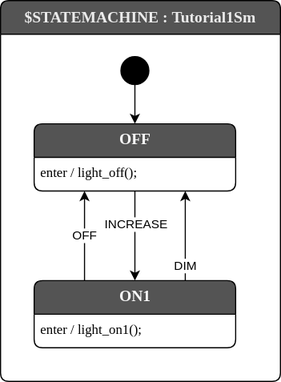
This is src/Tutorial1Sm.drawio.svg from StateSmith/example-drawio-1, a draw.io export, as it was before one commit. Source tidied: cells renumbered, new cells last; positions are measured from the earlier drawing's top-left corner, leaving out a move shared by most shapes.
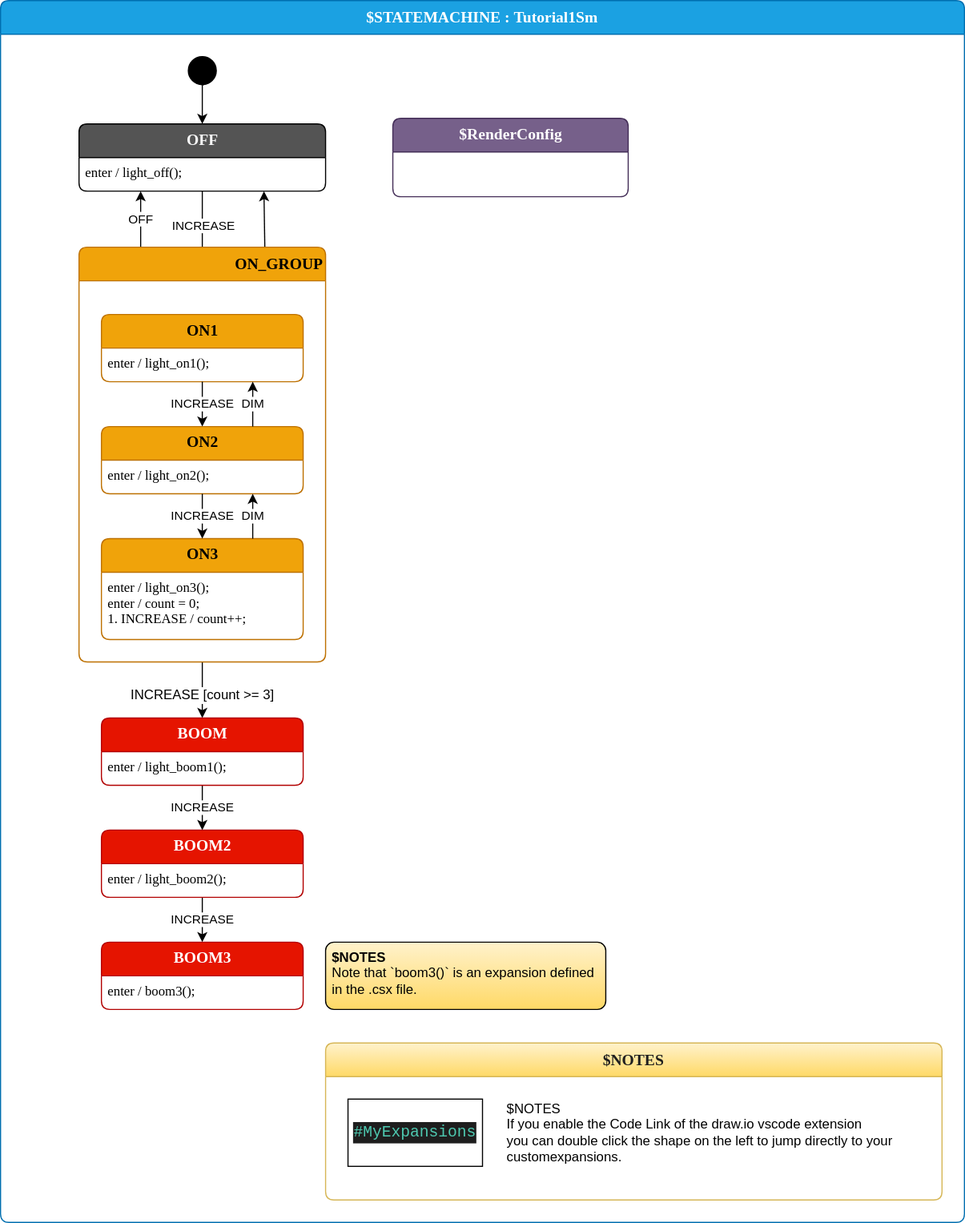
After the commit.

Diff of the diagram source:
```diff
@@ -2,8 +2,8 @@
   <root>
     <mxCell id="0" />
     <mxCell id="1" parent="0" />
-    <mxCell id="2" value="$STATEMACHINE : Tutorial1Sm" style="shape=swimlane;align=center;verticalAlign=top;fontFamily=Lucida Console;startSize=30;fontSize=14;fontStyle=1;swimlaneFillColor=default;rounded=1;arcSize=15;absoluteArcSize=1;fillColor=#545454;fontColor=#EBEBEB;" parent="1" vertex="1">
-      <mxGeometry width="250" height="340" as="geometry" />
+    <mxCell id="2" value="$STATEMACHINE : Tutorial1Sm" style="shape=swimlane;align=center;verticalAlign=top;fontFamily=Lucida Console;startSize=30;fontSize=14;fontStyle=1;swimlaneFillColor=default;rounded=1;arcSize=15;absoluteArcSize=1;fillColor=#1ba1e2;fontColor=#ffffff;strokeColor=#006EAF;" parent="1" vertex="1">
+      <mxGeometry width="860" height="1090" as="geometry" />
     </mxCell>
     <mxCell id="3" value=" " style="fontFamily=Lucida Console;align=left;verticalAlign=top;fillColor=none;gradientColor=none;strokeColor=none;rounded=0;spacingLeft=4;" parent="2" vertex="1">
       <mxGeometry y="30" width="30" height="20" as="geometry" />
@@ -12,15 +12,15 @@
       <mxGeometry relative="1" as="geometry" />
     </mxCell>
     <mxCell id="5" value="$initial_state" style="shape=ellipse;fillColor=#000000;noLabel=1;" parent="2" vertex="1">
-      <mxGeometry x="107.5" y="50" width="25" height="25" as="geometry" />
+      <mxGeometry x="167.5" y="50" width="25" height="25" as="geometry" />
     </mxCell>
     <mxCell id="6" value="OFF" style="shape=swimlane;align=center;verticalAlign=top;fontFamily=Lucida Console;startSize=30;fontSize=14;fontStyle=1;swimlaneFillColor=default;html=1;rounded=1;arcSize=15;absoluteArcSize=1;fillColor=#545454;fontColor=#FAFAFA;" parent="2" vertex="1">
-      <mxGeometry x="30" y="110" width="180" height="60" as="geometry" />
+      <mxGeometry x="70" y="110" width="220" height="60" as="geometry" />
     </mxCell>
     <mxCell id="7" value="enter / light_off();" style="fontFamily=Lucida Console;align=left;verticalAlign=top;fillColor=none;gradientColor=none;strokeColor=none;rounded=0;spacingLeft=4;" parent="6" vertex="1">
       <mxGeometry y="30" width="160" height="20" as="geometry" />
     </mxCell>
-    <mxCell id="8" value="DIM" style="edgeStyle=none;html=1;exitX=0.75;exitY=0;exitDx=0;exitDy=0;entryX=0.75;entryY=1;entryDx=0;entryDy=0;" parent="2" edge="1" source="12" target="6">
+    <mxCell id="8" value="DIM" style="edgeStyle=none;html=1;entryX=0.75;entryY=1;entryDx=0;entryDy=0;exitX=0.815;exitY=-0.001;exitDx=0;exitDy=0;exitPerimeter=0;" parent="2" edge="1" source="12" target="6">
       <mxGeometry x="-0.67" relative="1" as="geometry" />
     </mxCell>
     <mxCell id="9" style="edgeStyle=none;html=1;exitX=0.5;exitY=1;exitDx=0;exitDy=0;entryX=0.5;entryY=0;entryDx=0;entryDy=0;" parent="2" edge="1" source="6" target="12">
@@ -28,17 +28,92 @@
     </mxCell>
     <mxCell id="10" value="INCREASE" style="edgeLabel;html=1;align=center;verticalAlign=middle;" parent="9" vertex="1">
       <mxGeometry x="-0.39" y="1" relative="1" as="geometry">
-        <mxPoint x="-1" y="5" as="offset" />
+        <mxPoint x="-1" y="-4" as="offset" />
       </mxGeometry>
     </mxCell>
-    <mxCell id="11" value="OFF" style="edgeStyle=none;html=1;exitX=0.25;exitY=0;exitDx=0;exitDy=0;entryX=0.25;entryY=1;entryDx=0;entryDy=0;" parent="2" edge="1" source="12" target="6">
-      <mxGeometry relative="1" as="geometry" />
+    <mxCell id="11" value="OFF" style="edgeStyle=none;html=1;exitX=0.25;exitY=0;exitDx=0;exitDy=0;entryX=0.25;entryY=1;entryDx=0;entryDy=0;" parent="2" edge="1" source="23" target="6">
+      <mxGeometry x="0.01" relative="1" as="geometry" />
     </mxCell>
+    <mxCell id="14" value="&lt;font style=&quot;font-size: 12px;&quot;&gt;INCREASE [count &amp;gt;= 3]&lt;/font&gt;" style="edgeStyle=none;html=1;verticalAlign=middle;" parent="2" edge="1" source="27" target="16">
+      <mxGeometry x="0.42" relative="1" as="geometry" />
+    </mxCell>
+    <mxCell id="15" value="INCREASE" style="edgeStyle=none;html=1;exitX=0.5;exitY=1;exitDx=0;exitDy=0;entryX=0.5;entryY=0;entryDx=0;entryDy=0;" parent="2" edge="1" source="16" target="19">
+      <mxGeometry relative="1" as="geometry" />
+    </mxCell>
+    <mxCell id="16" value="BOOM" style="shape=swimlane;align=center;verticalAlign=top;fontFamily=Lucida Console;startSize=30;fontSize=14;fontStyle=1;swimlaneFillColor=default;html=1;rounded=1;arcSize=15;absoluteArcSize=1;fillColor=#e51400;fontColor=#ffffff;strokeColor=#B20000;" parent="2" vertex="1">
+      <mxGeometry x="90" y="640" width="180" height="60" as="geometry" />
+    </mxCell>
+    <mxCell id="17" value="enter / light_boom1();" style="fontFamily=Lucida Console;align=left;verticalAlign=top;fillColor=none;gradientColor=none;strokeColor=none;rounded=0;spacingLeft=4;" parent="16" vertex="1">
+      <mxGeometry y="30" width="180" height="30" as="geometry" />
+    </mxCell>
+    <mxCell id="18" value="INCREASE" style="edgeStyle=none;html=1;exitX=0.5;exitY=1;exitDx=0;exitDy=0;entryX=0.5;entryY=0;entryDx=0;entryDy=0;" parent="2" edge="1" source="19" target="21">
+      <mxGeometry relative="1" as="geometry" />
+    </mxCell>
+    <mxCell id="19" value="BOOM2" style="shape=swimlane;align=center;verticalAlign=top;fontFamily=Lucida Console;startSize=30;fontSize=14;fontStyle=1;swimlaneFillColor=default;html=1;rounded=1;arcSize=15;absoluteArcSize=1;fillColor=#e51400;fontColor=#ffffff;strokeColor=#B20000;" parent="2" vertex="1">
+      <mxGeometry x="90" y="740" width="180" height="60" as="geometry" />
+    </mxCell>
+    <mxCell id="20" value="enter / light_boom2();" style="fontFamily=Lucida Console;align=left;verticalAlign=top;fillColor=none;gradientColor=none;strokeColor=none;rounded=0;spacingLeft=4;" parent="19" vertex="1">
+      <mxGeometry y="30" width="180" height="30" as="geometry" />
+    </mxCell>
+    <mxCell id="21" value="BOOM3" style="shape=swimlane;align=center;verticalAlign=top;fontFamily=Lucida Console;startSize=30;fontSize=14;fontStyle=1;swimlaneFillColor=default;html=1;rounded=1;arcSize=15;absoluteArcSize=1;fillColor=#e51400;fontColor=#ffffff;strokeColor=#B20000;" parent="2" vertex="1">
+      <mxGeometry x="90" y="840" width="180" height="60" as="geometry" />
+    </mxCell>
+    <mxCell id="22" value="enter / boom3();" style="fontFamily=Lucida Console;align=left;verticalAlign=top;fillColor=none;gradientColor=none;strokeColor=none;rounded=0;spacingLeft=4;" parent="21" vertex="1">
+      <mxGeometry y="30" width="140" height="30" as="geometry" />
+    </mxCell>
+    <mxCell id="23" value="ON_GROUP " style="shape=swimlane;align=right;verticalAlign=top;fontFamily=Lucida Console;startSize=30;fontSize=14;fontStyle=1;fontColor=#000000;fillColor=#f0a30a;swimlaneFillColor=default;rounded=1;arcSize=15;absoluteArcSize=1;strokeColor=#BD7000;" parent="2" vertex="1">
+      <mxGeometry x="70" y="220" width="220" height="370" as="geometry" />
+    </mxCell>
+    <mxCell id="24" value=" " style="fontFamily=Lucida Console;align=left;verticalAlign=top;fillColor=none;gradientColor=none;strokeColor=none;rounded=0;spacingLeft=4;" parent="23" vertex="1">
+      <mxGeometry y="30" width="30" height="20" as="geometry" />
+    </mxCell>
-    <mxCell id="12" value="ON1" style="shape=swimlane;align=center;verticalAlign=top;fontFamily=Lucida Console;startSize=30;fontSize=14;fontStyle=1;swimlaneFillColor=default;html=1;rounded=1;arcSize=15;absoluteArcSize=1;fillColor=#545454;fontColor=#FAFAFA;" parent="2" vertex="1">
-      <mxGeometry x="30" y="250" width="180" height="60" as="geometry" />
+    <mxCell id="12" value="ON1" style="shape=swimlane;align=center;verticalAlign=top;fontFamily=Lucida Console;startSize=30;fontSize=14;fontStyle=1;swimlaneFillColor=default;html=1;rounded=1;arcSize=15;absoluteArcSize=1;fillColor=#f0a30a;fontColor=#000000;strokeColor=#BD7000;" parent="23" vertex="1">
+      <mxGeometry x="20" y="60" width="180" height="60" as="geometry" />
     </mxCell>
     <mxCell id="13" value="enter / light_on1();" style="fontFamily=Lucida Console;align=left;verticalAlign=top;fillColor=none;gradientColor=none;strokeColor=none;rounded=0;spacingLeft=4;" parent="12" vertex="1">
       <mxGeometry y="30" width="160" height="20" as="geometry" />
     </mxCell>
+    <mxCell id="25" value="ON2" style="shape=swimlane;align=center;verticalAlign=top;fontFamily=Lucida Console;startSize=30;fontSize=14;fontStyle=1;swimlaneFillColor=default;html=1;rounded=1;arcSize=15;absoluteArcSize=1;fillColor=#f0a30a;fontColor=#000000;strokeColor=#BD7000;" parent="23" vertex="1">
+      <mxGeometry x="20" y="160" width="180" height="60" as="geometry" />
+    </mxCell>
+    <mxCell id="26" value="enter / light_on2();" style="fontFamily=Lucida Console;align=left;verticalAlign=top;fillColor=none;gradientColor=none;strokeColor=none;rounded=0;spacingLeft=4;" parent="25" vertex="1">
+      <mxGeometry y="30" width="170" height="30" as="geometry" />
+    </mxCell>
+    <mxCell id="27" value="ON3" style="shape=swimlane;align=center;verticalAlign=top;fontFamily=Lucida Console;startSize=30;fontSize=14;fontStyle=1;swimlaneFillColor=default;html=1;rounded=1;arcSize=15;absoluteArcSize=1;fillColor=#f0a30a;fontColor=#000000;strokeColor=#BD7000;" parent="23" vertex="1">
+      <mxGeometry x="20" y="260" width="180" height="90" as="geometry" />
+    </mxCell>
+    <mxCell id="28" value="enter / light_on3();&#10;enter / count = 0;&#10;1. INCREASE / count++;" style="fontFamily=Lucida Console;align=left;verticalAlign=top;fillColor=none;gradientColor=none;strokeColor=none;rounded=0;spacingLeft=4;" parent="27" vertex="1">
+      <mxGeometry y="30" width="180" height="60" as="geometry" />
+    </mxCell>
+    <mxCell id="29" value="DIM" style="edgeStyle=none;html=1;exitX=0.75;exitY=0;exitDx=0;exitDy=0;entryX=0.75;entryY=1;entryDx=0;entryDy=0;" parent="23" edge="1" source="25" target="12">
+      <mxGeometry relative="1" as="geometry" />
+    </mxCell>
+    <mxCell id="30" value="INCREASE" style="edgeStyle=none;html=1;" parent="23" edge="1" source="12" target="25">
+      <mxGeometry relative="1" as="geometry" />
+    </mxCell>
+    <mxCell id="31" value="DIM" style="edgeStyle=none;html=1;exitX=0.75;exitY=0;exitDx=0;exitDy=0;entryX=0.75;entryY=1;entryDx=0;entryDy=0;" parent="23" edge="1" source="27" target="25">
+      <mxGeometry relative="1" as="geometry" />
+    </mxCell>
+    <mxCell id="32" value="INCREASE" style="edgeStyle=none;html=1;" parent="23" edge="1" source="25" target="27">
+      <mxGeometry relative="1" as="geometry" />
+    </mxCell>
+    <mxCell id="33" value="&lt;b&gt;$NOTES&lt;/b&gt;&lt;br&gt;Note that `boom3()` is an expansion defined&lt;br&gt;in the .csx file." style="shape=rectangle;rounded=1;arcSize=15;absoluteArcSize=1;align=left;verticalAlign=top;whiteSpace=wrap;html=1;spacingLeft=4;strokeWidth=1;strokeColor=default;fillColor=#fff2cc;fontColor=#000000;gradientColor=#ffd966;fontSize=12;" parent="2" vertex="1">
+      <mxGeometry x="290" y="840" width="250" height="60" as="geometry" />
+    </mxCell>
+    <mxCell id="34" value="$NOTES" style="shape=swimlane;align=center;verticalAlign=top;fontFamily=Lucida Console;startSize=30;fontSize=14;fontStyle=1;fillColor=#fff2cc;swimlaneFillColor=default;rounded=1;arcSize=15;absoluteArcSize=1;strokeColor=#d6b656;gradientColor=#ffd966;fontColor=#1F1F1F;" parent="2" vertex="1">
+      <mxGeometry x="290" y="930" width="550" height="140" as="geometry" />
+    </mxCell>
+    <mxCell id="35" value=" " style="fontFamily=Lucida Console;align=left;verticalAlign=top;fillColor=none;gradientColor=none;strokeColor=none;rounded=0;spacingLeft=4;fontSize=12;" parent="34" vertex="1">
+      <mxGeometry y="30" width="30" height="20" as="geometry" />
+    </mxCell>
+    <mxCell id="36" value="&lt;div style=&quot;color: rgb(212, 212, 212); background-color: rgb(30, 30, 30); font-family: Consolas, &amp;quot;Courier New&amp;quot;, monospace; font-size: 14px; line-height: 19px;&quot;&gt;&lt;span style=&quot;color: #4ec9b0;&quot;&gt;#MyExpansions&lt;/span&gt;&lt;/div&gt;" style="rounded=0;whiteSpace=wrap;html=1;fontSize=12;" parent="34" vertex="1">
+      <mxGeometry x="20" y="50" width="120" height="60" as="geometry" />
+    </mxCell>
+    <mxCell id="37" value="$NOTES&lt;br&gt;If you enable the&amp;nbsp;&lt;a href=&quot;https://github.com/hediet/vscode-drawio/blob/master/docs/code-link.md&quot;&gt;Code Link&lt;/a&gt;&amp;nbsp;of the draw.io vscode extension&lt;br&gt;you can double click the shape on the left to jump directly to your&amp;nbsp;&lt;br&gt;customexpansions." style="text;html=1;align=left;verticalAlign=top;strokeColor=none;fillColor=none;fontSize=12;fontColor=default;" parent="34" vertex="1">
+      <mxGeometry x="160" y="45" width="370" height="70" as="geometry" />
+    </mxCell>
+    <mxCell id="38" value="$RenderConfig" style="shape=swimlane;align=center;verticalAlign=top;fontFamily=Lucida Console;startSize=30;fontSize=14;fontStyle=1;swimlaneFillColor=default;html=1;rounded=1;arcSize=15;absoluteArcSize=1;fillColor=#76608a;strokeColor=#432D57;fontColor=#ffffff;" parent="2" vertex="1" collapsed="1">
+      <mxGeometry x="350" y="105" width="210" height="70" as="geometry" />
+    </mxCell>
   </root>
 </mxGraphModel>
```
